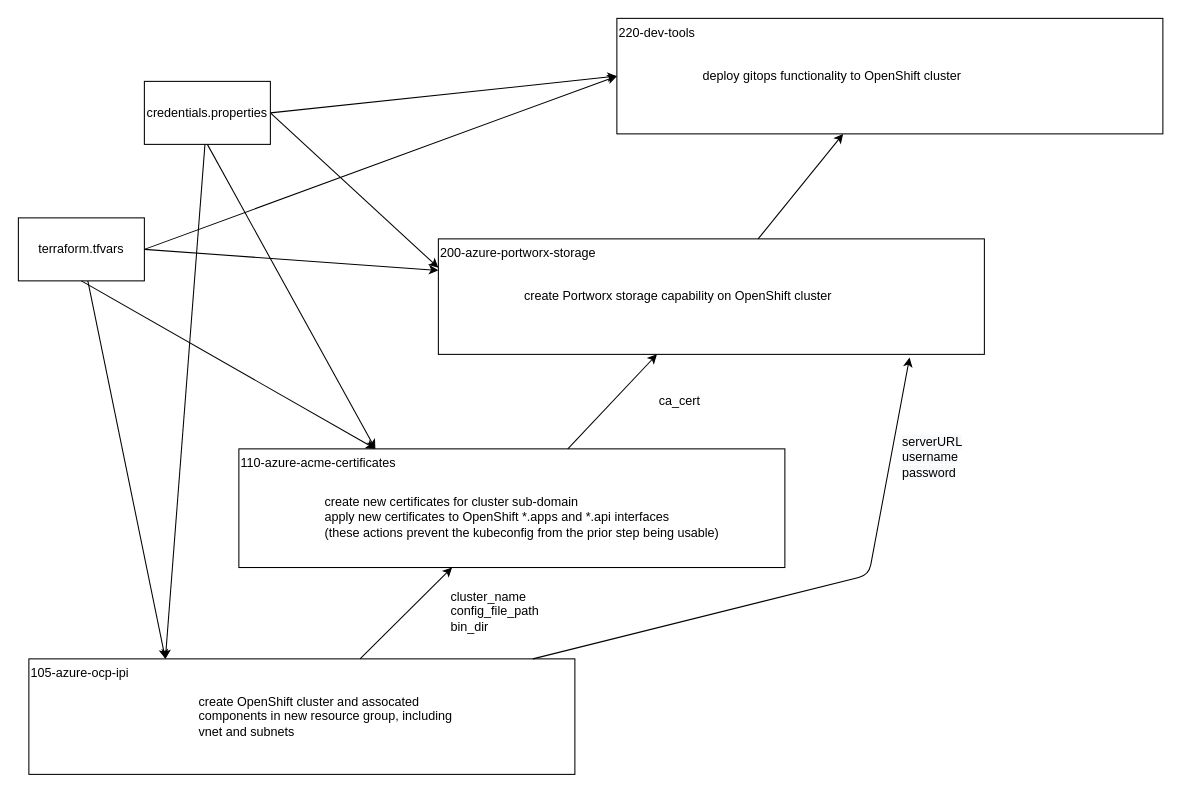
Above: page "QS-BOM-All" (1 of 7) of architectures/azure/azure-arch-qs.drawio in cloud-native-toolkit/automation-solutions (draw.io), before the change. Source tidied: cells renumbered, new cells numbered last; positions are measured from the earlier drawing's top-left corner, leaving out a move shared by most shapes. Both pictures are drawn from the tidied source at 105%, with x=0, y=0 at pixel (18, 18).
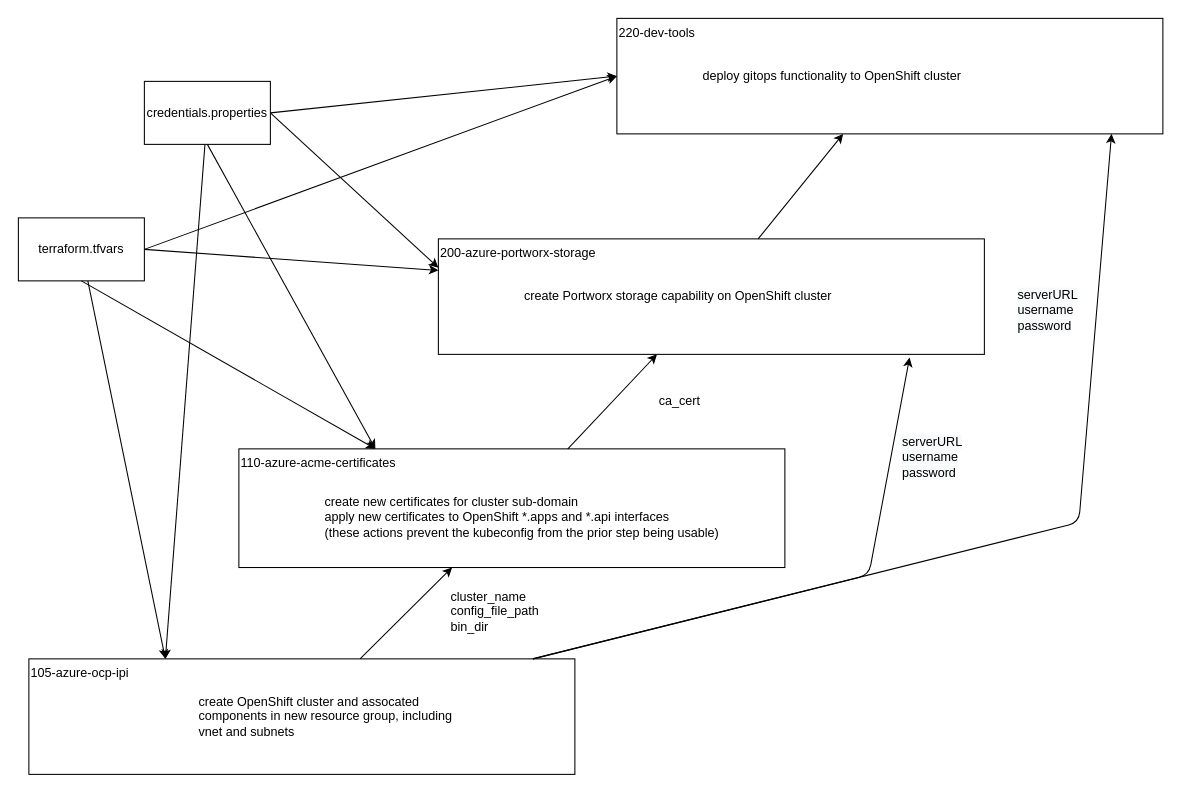
Above is the later version.

Unchanged cells that the change refers to:
```xml
<mxCell id="5" value="220-dev-tools" style="rounded=0;whiteSpace=wrap;html=1;align=left;verticalAlign=top;" parent="1" vertex="1">
  <mxGeometry x="570" width="520" height="110" as="geometry" />
</mxCell>
```

The edit, as a diff of the source:
```diff
@@
+    <mxCell id="27" style="endArrow=classic;html=1;entryX=0.906;entryY=1;entryDx=0;entryDy=0;entryPerimeter=0;" parent="1" edge="1" target="5">
+      <mxGeometry relative="1" as="geometry">
+        <mxPoint x="490" y="610" as="sourcePoint" />
+        <Array as="points">
+          <mxPoint x="1010" y="480" />
+        </Array>
+      </mxGeometry>
+    </mxCell>
+    <mxCell id="28" value="&lt;span style=&quot;color: rgb(0 , 0 , 0) ; font-family: &amp;#34;helvetica&amp;#34; ; font-size: 12px ; font-style: normal ; font-weight: 400 ; letter-spacing: normal ; text-align: center ; text-indent: 0px ; text-transform: none ; word-spacing: 0px ; background-color: rgb(248 , 249 , 250) ; display: inline ; float: none&quot;&gt;serverURL&lt;/span&gt;&lt;br style=&quot;color: rgb(0 , 0 , 0) ; font-family: &amp;#34;helvetica&amp;#34; ; font-size: 12px ; font-style: normal ; font-weight: 400 ; letter-spacing: normal ; text-align: center ; text-indent: 0px ; text-transform: none ; word-spacing: 0px ; background-color: rgb(248 , 249 , 250)&quot;&gt;&lt;span style=&quot;color: rgb(0 , 0 , 0) ; font-family: &amp;#34;helvetica&amp;#34; ; font-size: 12px ; font-style: normal ; font-weight: 400 ; letter-spacing: normal ; text-align: center ; text-indent: 0px ; text-transform: none ; word-spacing: 0px ; background-color: rgb(248 , 249 , 250) ; display: inline ; float: none&quot;&gt;username&lt;/span&gt;&lt;br style=&quot;color: rgb(0 , 0 , 0) ; font-family: &amp;#34;helvetica&amp;#34; ; font-size: 12px ; font-style: normal ; font-weight: 400 ; letter-spacing: normal ; text-align: center ; text-indent: 0px ; text-transform: none ; word-spacing: 0px ; background-color: rgb(248 , 249 , 250)&quot;&gt;&lt;span style=&quot;color: rgb(0 , 0 , 0) ; font-family: &amp;#34;helvetica&amp;#34; ; font-size: 12px ; font-style: normal ; font-weight: 400 ; letter-spacing: normal ; text-align: center ; text-indent: 0px ; text-transform: none ; word-spacing: 0px ; background-color: rgb(248 , 249 , 250) ; display: inline ; float: none&quot;&gt;password&lt;/span&gt;" style="text;whiteSpace=wrap;html=1;" parent="1" vertex="1">
+      <mxGeometry x="950" y="250" width="80" height="70" as="geometry" />
+    </mxCell>
```
